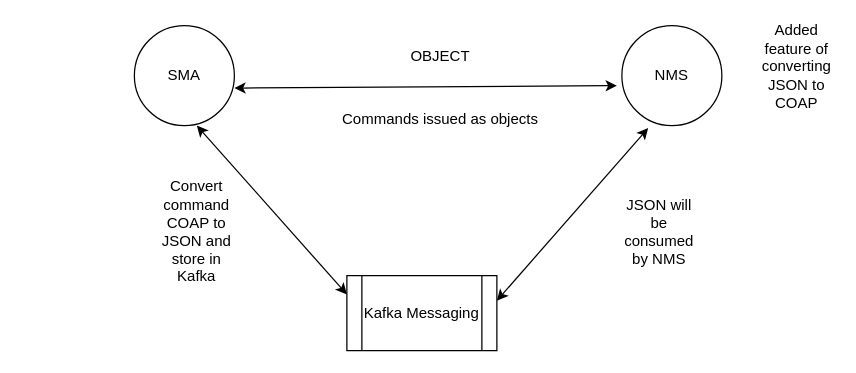
The draw.io diagram COAP.drawio in anshuldevmehta/RandomDiagrams, before the edit. Source tidied: cells renumbered, new cells numbered last; positions are measured from the earlier drawing's top-left corner, leaving out a move shared by most shapes. Both pictures are drawn from the tidied source at 125%, with x=0, y=0 at pixel (134, 25).
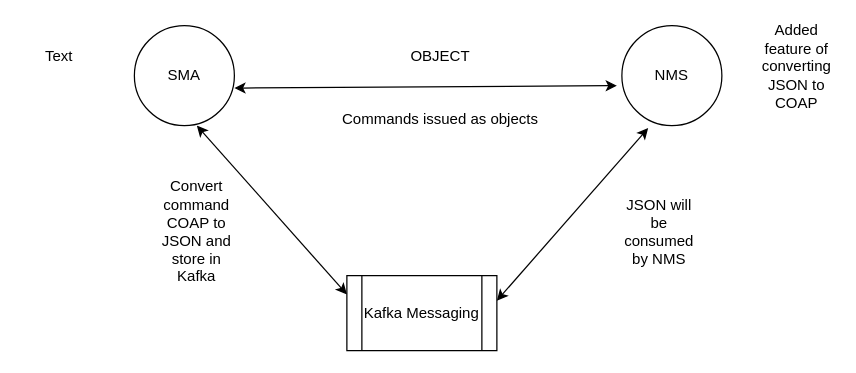
The same page after the edit.

What changed in the source:
```diff
@@
 <mxGraphModel>
   <root>
     <mxCell id="0" />
     <mxCell id="1" parent="0" />
     <mxCell id="2" value="SMA" style="ellipse;whiteSpace=wrap;html=1;" parent="1" vertex="1">
       <mxGeometry width="80" height="80" as="geometry" />
     </mxCell>
     <mxCell id="3" value="NMS" style="ellipse;whiteSpace=wrap;html=1;" parent="1" vertex="1">
       <mxGeometry x="390" width="80" height="80" as="geometry" />
     </mxCell>
     <mxCell id="4" style="endArrow=classic;startArrow=classic;html=1;rounded=0;entryX=-0.05;entryY=0.6;entryDx=0;entryDy=0;entryPerimeter=0;" parent="1" edge="1" target="3">
       <mxGeometry relative="1" as="geometry">
         <mxPoint x="80" y="50" as="sourcePoint" />
       </mxGeometry>
     </mxCell>
     <mxCell id="5" value="OBJECT" style="text;html=1;strokeColor=none;fillColor=none;align=center;verticalAlign=middle;whiteSpace=wrap;rounded=0;" parent="1" vertex="1">
       <mxGeometry x="190" y="10" width="110" height="30" as="geometry" />
     </mxCell>
     <mxCell id="6" value="Commands issued as objects" style="text;html=1;strokeColor=none;fillColor=none;align=center;verticalAlign=middle;whiteSpace=wrap;rounded=0;" parent="1" vertex="1">
       <mxGeometry x="140" y="60" width="210" height="30" as="geometry" />
     </mxCell>
     <mxCell id="7" value="Kafka Messaging" style="shape=process;whiteSpace=wrap;html=1;backgroundOutline=1;" parent="1" vertex="1">
       <mxGeometry x="170" y="200" width="120" height="60" as="geometry" />
     </mxCell>
     <mxCell id="8" style="endArrow=classic;startArrow=classic;html=1;rounded=0;exitX=0;exitY=0.25;exitDx=0;exitDy=0;" parent="1" edge="1" source="7">
       <mxGeometry relative="1" as="geometry">
         <mxPoint x="50" y="80" as="targetPoint" />
       </mxGeometry>
     </mxCell>
     <mxCell id="9" style="endArrow=classic;startArrow=classic;html=1;rounded=0;entryX=0.263;entryY=1.025;entryDx=0;entryDy=0;entryPerimeter=0;" parent="1" edge="1" target="3">
       <mxGeometry relative="1" as="geometry">
         <mxPoint x="290" y="220" as="sourcePoint" />
       </mxGeometry>
     </mxCell>
     <mxCell id="10" value="Convert command COAP to JSON and store in Kafka" style="text;html=1;strokeColor=none;fillColor=none;align=center;verticalAlign=middle;whiteSpace=wrap;rounded=0;" parent="1" vertex="1">
       <mxGeometry x="20" y="150" width="60" height="30" as="geometry" />
     </mxCell>
     <mxCell id="11" value="JSON will be consumed by NMS" style="text;html=1;strokeColor=none;fillColor=none;align=center;verticalAlign=middle;whiteSpace=wrap;rounded=0;" parent="1" vertex="1">
       <mxGeometry x="390" y="150" width="60" height="30" as="geometry" />
     </mxCell>
     <mxCell id="12" value="&lt;div&gt;Added feature of converting JSON to COAP&lt;/div&gt;&lt;div&gt;&lt;br&gt;&lt;/div&gt;" style="text;html=1;strokeColor=none;fillColor=none;align=center;verticalAlign=middle;whiteSpace=wrap;rounded=0;" parent="1" vertex="1">
       <mxGeometry x="500" y="25" width="60" height="30" as="geometry" />
     </mxCell>
+    <mxCell id="13" value="Text" style="text;html=1;strokeColor=none;fillColor=none;align=center;verticalAlign=middle;whiteSpace=wrap;rounded=0;" parent="1" vertex="1">
+      <mxGeometry x="-90" y="10" width="60" height="30" as="geometry" />
+    </mxCell>
   </root>
 </mxGraphModel>
```
